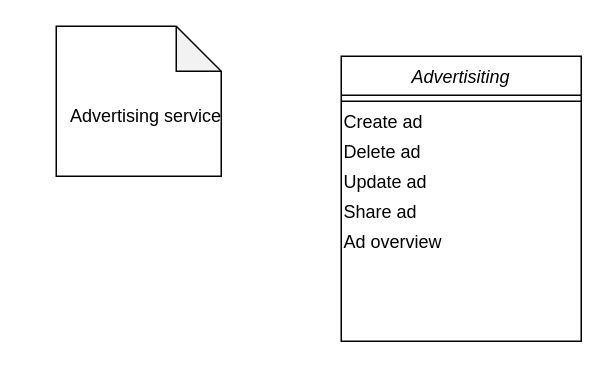
Above: page "Campaign service" (4 of 11) of Dijagrami.drawio in andjelijaa/XML-projekat (draw.io), before the change. Source tidied: cells renumbered, new cells numbered last; positions are measured from the earlier drawing's top-left corner, leaving out a move shared by most shapes. Both pictures are drawn from the tidied source at 150%, with x=0, y=0 at pixel (56, 26).
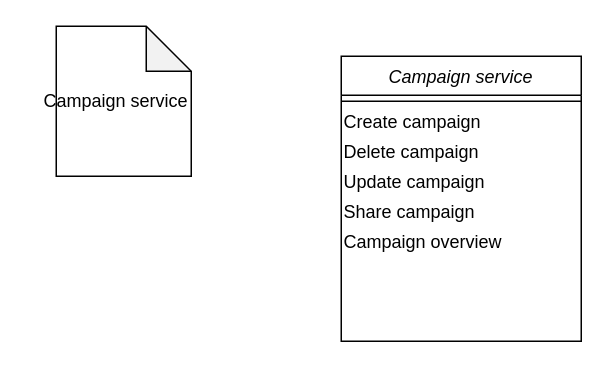
The same page after the edit.

What changed in the source:
```diff
@@
 <mxGraphModel>
   <root>
     <mxCell id="0" />
     <mxCell id="1" parent="0" />
     <mxCell id="2" style="shape=note;whiteSpace=wrap;html=1;backgroundOutline=1;darkOpacity=0.05;align=left;" parent="1" vertex="1">
-      <mxGeometry width="110" height="100" as="geometry" />
+      <mxGeometry width="90" height="100" as="geometry" />
     </mxCell>
-    <mxCell id="3" value="Advertising service" style="text;html=1;strokeColor=none;fillColor=none;align=center;verticalAlign=middle;whiteSpace=wrap;rounded=0;" parent="1" vertex="1">
-      <mxGeometry y="50" width="120" height="20" as="geometry" />
+    <mxCell id="3" value="Campaign service" style="text;html=1;strokeColor=none;fillColor=none;align=center;verticalAlign=middle;whiteSpace=wrap;rounded=0;" parent="1" vertex="1">
+      <mxGeometry x="-20" y="40" width="120" height="20" as="geometry" />
     </mxCell>
-    <mxCell id="4" value="Advertisiting" style="swimlane;fontStyle=2;align=center;verticalAlign=top;horizontal=1;startSize=26;rounded=0;shadow=0;strokeWidth=1;" parent="1" vertex="1">
+    <mxCell id="4" value="Campaign service" style="swimlane;fontStyle=2;align=center;verticalAlign=top;horizontal=1;startSize=26;rounded=0;shadow=0;strokeWidth=1;" parent="1" vertex="1">
       <mxGeometry x="190" y="20" width="160" height="190" as="geometry" />
     </mxCell>
     <mxCell id="5" style="line;html=1;strokeWidth=1;align=left;verticalAlign=middle;spacingTop=-1;spacingLeft=3;spacingRight=3;labelPosition=right;" parent="4" vertex="1">
       <mxGeometry y="26" width="160" height="8" as="geometry" />
     </mxCell>
-    <mxCell id="6" value="Create ad" style="text;html=1;strokeColor=none;fillColor=none;align=left;verticalAlign=middle;whiteSpace=wrap;rounded=0;" parent="4" vertex="1">
+    <mxCell id="6" value="Create campaign" style="text;html=1;strokeColor=none;fillColor=none;align=left;verticalAlign=middle;whiteSpace=wrap;rounded=0;" parent="4" vertex="1">
       <mxGeometry y="34" width="160" height="20" as="geometry" />
     </mxCell>
-    <mxCell id="7" value="Delete ad" style="text;html=1;strokeColor=none;fillColor=none;align=left;verticalAlign=middle;whiteSpace=wrap;rounded=0;" parent="4" vertex="1">
+    <mxCell id="7" value="Delete campaign" style="text;html=1;strokeColor=none;fillColor=none;align=left;verticalAlign=middle;whiteSpace=wrap;rounded=0;" parent="4" vertex="1">
       <mxGeometry y="54" width="160" height="20" as="geometry" />
     </mxCell>
-    <mxCell id="8" value="Update ad" style="text;html=1;strokeColor=none;fillColor=none;align=left;verticalAlign=middle;whiteSpace=wrap;rounded=0;" parent="4" vertex="1">
+    <mxCell id="8" value="Update campaign" style="text;html=1;strokeColor=none;fillColor=none;align=left;verticalAlign=middle;whiteSpace=wrap;rounded=0;" parent="4" vertex="1">
       <mxGeometry y="74" width="160" height="20" as="geometry" />
     </mxCell>
-    <mxCell id="9" value="Share ad" style="text;html=1;strokeColor=none;fillColor=none;align=left;verticalAlign=middle;whiteSpace=wrap;rounded=0;" parent="4" vertex="1">
+    <mxCell id="9" value="Share campaign" style="text;html=1;strokeColor=none;fillColor=none;align=left;verticalAlign=middle;whiteSpace=wrap;rounded=0;" parent="4" vertex="1">
       <mxGeometry y="94" width="160" height="20" as="geometry" />
     </mxCell>
-    <mxCell id="10" value="Ad overview" style="text;html=1;strokeColor=none;fillColor=none;align=left;verticalAlign=middle;whiteSpace=wrap;rounded=0;" parent="4" vertex="1">
+    <mxCell id="10" value="Campaign overview" style="text;html=1;strokeColor=none;fillColor=none;align=left;verticalAlign=middle;whiteSpace=wrap;rounded=0;" parent="4" vertex="1">
       <mxGeometry y="114" width="160" height="20" as="geometry" />
     </mxCell>
   </root>
 </mxGraphModel>
```
